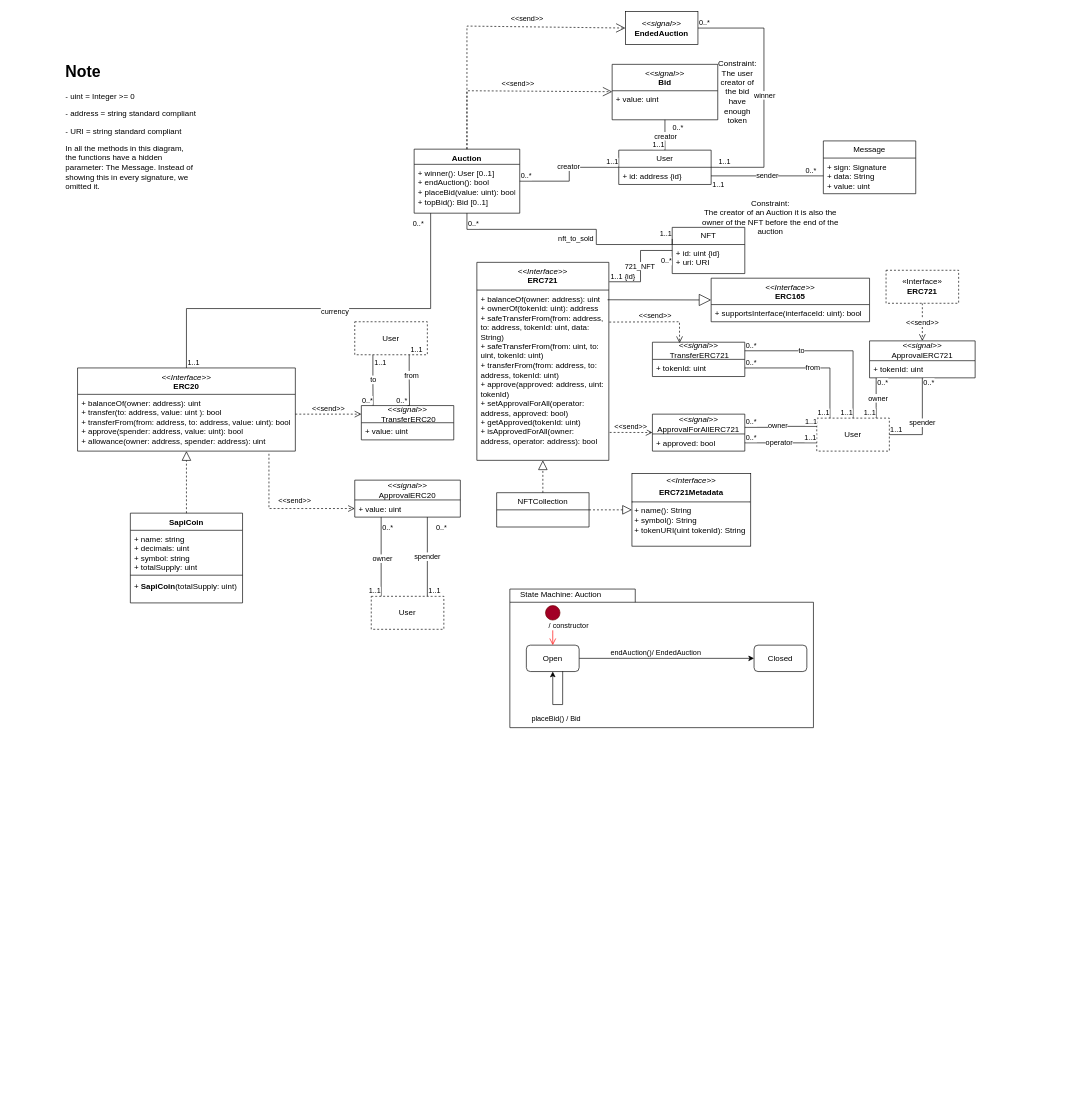
LucaSforza/token keeps this draw.io diagram as analisi/analisi.drawio. Above is the earlier version. Source tidied: cells renumbered, new cells numbered last; positions are measured from the earlier drawing's top-left corner, leaving out a move shared by most shapes. Both pictures are drawn from the tidied source at 66%, with x=0, y=0 at pixel (64, 11).
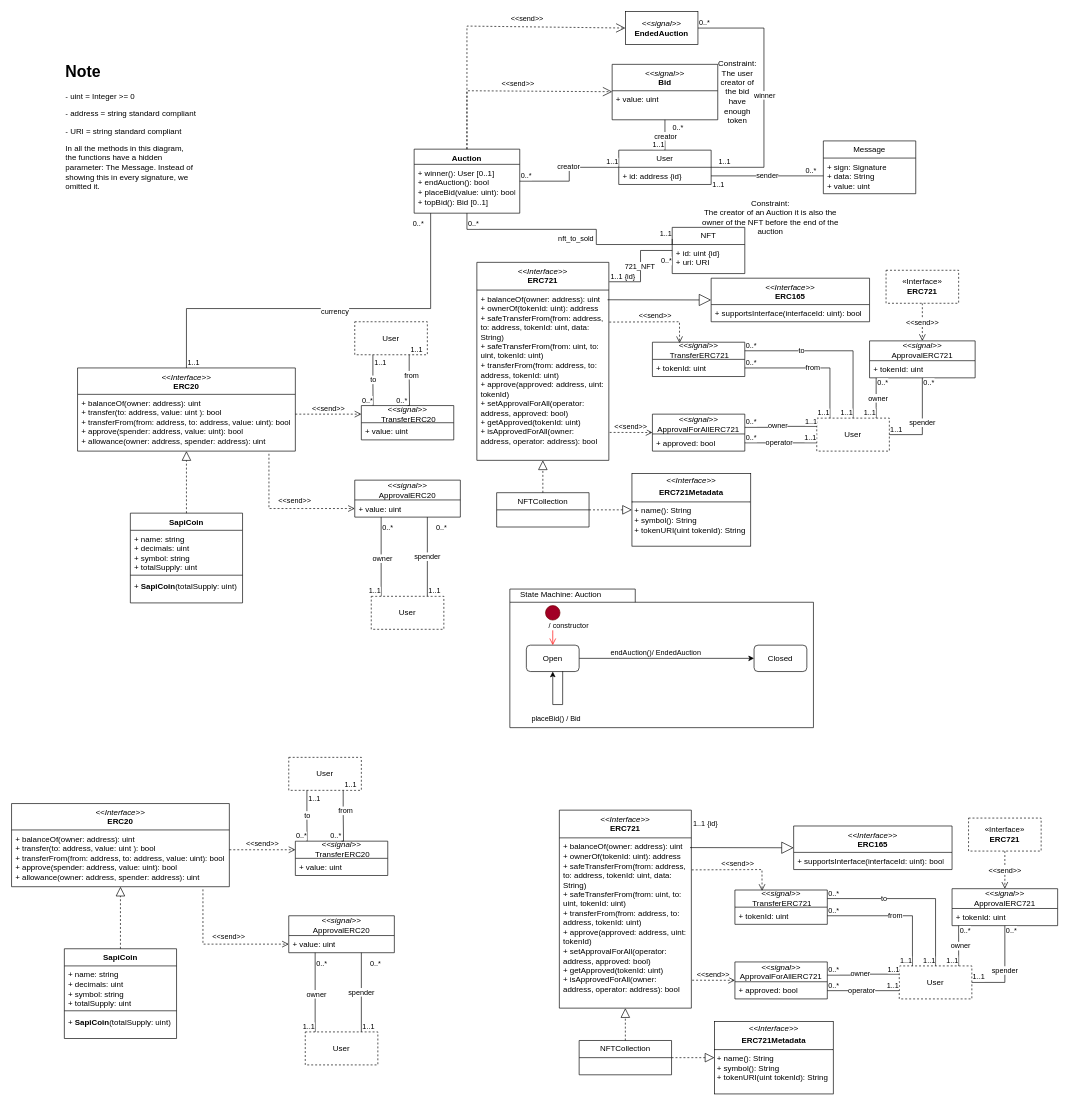
The same diagram, later.

Change to the diagram source:
```diff
@@
+    <mxCell id="127" value="&lt;div&gt;&lt;i style=&quot;font-weight: 400;&quot;&gt;&amp;lt;&amp;lt;Interface&amp;gt;&amp;gt;&lt;/i&gt;&lt;/div&gt;ERC20" style="swimlane;fontStyle=1;align=center;verticalAlign=top;horizontal=1;startSize=40;whiteSpace=wrap;html=1;" parent="1" vertex="1">
+      <mxGeometry x="-80" y="1200" width="330" height="126" as="geometry" />
+    </mxCell>
+    <mxCell id="128" value="+ balanceOf(owner: address): uint&lt;div&gt;+ transfer(to: address, value: uint ): bool&lt;/div&gt;&lt;div&gt;+ transferFrom(from: address, to: address, value: uint): bool&lt;/div&gt;&lt;div&gt;+ approve(spender: address, value: uint): bool&lt;/div&gt;&lt;div&gt;+ allowance(owner: address, spender: address): uint&lt;/div&gt;" style="text;strokeColor=none;fillColor=none;align=left;verticalAlign=top;spacingLeft=4;spacingRight=4;overflow=hidden;points=[[0,0.5],[1,0.5]];portConstraint=eastwest;whiteSpace=wrap;html=1;" parent="127" vertex="1">
+      <mxGeometry y="40" width="330" height="86" as="geometry" />
+    </mxCell>
+    <mxCell id="129" value="&lt;div&gt;&lt;i&gt;&amp;lt;&amp;lt;signal&amp;gt;&amp;gt;&lt;/i&gt;&lt;/div&gt;&amp;nbsp;TransferERC20" style="swimlane;fontStyle=0;horizontal=1;startSize=26;fillColor=none;whiteSpace=wrap;html=1;" parent="1" vertex="1">
+      <mxGeometry x="350" y="1257" width="140" height="52" as="geometry" />
+    </mxCell>
+    <mxCell id="130" value="+ value: uint" style="text;strokeColor=none;fillColor=none;align=left;verticalAlign=top;spacingLeft=4;spacingRight=4;overflow=hidden;whiteSpace=wrap;html=1;" parent="129" vertex="1">
+      <mxGeometry y="26" width="140" height="26" as="geometry" />
+    </mxCell>
+    <mxCell id="131" value="&lt;div&gt;&lt;div&gt;&lt;i&gt;&amp;lt;&amp;lt;signal&amp;gt;&amp;gt;&lt;/i&gt;&lt;/div&gt;&lt;/div&gt;ApprovalERC20" style="swimlane;fontStyle=0;horizontal=1;startSize=30;fillColor=none;whiteSpace=wrap;html=1;" parent="1" vertex="1">
+      <mxGeometry x="340" y="1370" width="160" height="56" as="geometry" />
+    </mxCell>
+    <mxCell id="132" value="+ value: uint" style="text;strokeColor=none;fillColor=none;align=left;verticalAlign=top;spacingLeft=4;spacingRight=4;overflow=hidden;points=[[0,0.5],[1,0.5]];portConstraint=eastwest;whiteSpace=wrap;html=1;" parent="131" vertex="1">
+      <mxGeometry y="30" width="160" height="26" as="geometry" />
+    </mxCell>
+    <mxCell id="133" value="&amp;lt;&amp;lt;send&amp;gt;&amp;gt;" style="html=1;verticalAlign=bottom;endArrow=open;dashed=1;endSize=8;curved=0;rounded=0;entryX=0;entryY=0.25;entryDx=0;entryDy=0;" parent="1" edge="1" target="129">
+      <mxGeometry relative="1" as="geometry">
+        <mxPoint x="250" y="1270" as="sourcePoint" />
+      </mxGeometry>
+    </mxCell>
+    <mxCell id="134" value="&amp;lt;&amp;lt;send&amp;gt;&amp;gt;" style="html=1;verticalAlign=bottom;endArrow=open;dashed=1;endSize=8;curved=0;rounded=0;entryX=0;entryY=0.5;entryDx=0;entryDy=0;" parent="1" edge="1" target="132">
+      <mxGeometry x="0.15" y="3" relative="1" as="geometry">
+        <mxPoint x="210" y="1330" as="sourcePoint" />
+        <Array as="points">
+          <mxPoint x="210" y="1413" />
+        </Array>
+      </mxGeometry>
+    </mxCell>
+    <mxCell id="135" value="SapiCoin" style="swimlane;fontStyle=1;align=center;verticalAlign=top;horizontal=1;startSize=26;whiteSpace=wrap;html=1;" parent="1" vertex="1">
+      <mxGeometry y="1420" width="170" height="136" as="geometry" />
+    </mxCell>
+    <mxCell id="136" value="+ name: string&lt;div&gt;+ decimals: uint&lt;/div&gt;&lt;div&gt;+ symbol: string&lt;/div&gt;&lt;div&gt;+ totalSupply: uint&lt;/div&gt;" style="text;strokeColor=none;fillColor=none;align=left;verticalAlign=top;spacingLeft=4;spacingRight=4;overflow=hidden;whiteSpace=wrap;html=1;" parent="135" vertex="1">
+      <mxGeometry y="26" width="170" height="64" as="geometry" />
+    </mxCell>
+    <mxCell id="137" style="line;strokeWidth=1;fillColor=none;align=left;verticalAlign=middle;spacingTop=-1;spacingLeft=3;spacingRight=3;labelPosition=right;strokeColor=inherit;" parent="135" vertex="1">
+      <mxGeometry y="90" width="170" height="8" as="geometry" />
+    </mxCell>
+    <mxCell id="138" value="+&amp;nbsp;&lt;span style=&quot;font-weight: 700; text-align: center;&quot;&gt;SapiCoin&lt;/span&gt;(totalSupply: uint)" style="text;strokeColor=none;fillColor=none;align=left;verticalAlign=top;spacingLeft=4;spacingRight=4;overflow=hidden;whiteSpace=wrap;html=1;" parent="135" vertex="1">
+      <mxGeometry y="98" width="170" height="38" as="geometry" />
+    </mxCell>
+    <mxCell id="139" style="endArrow=block;dashed=1;endFill=0;endSize=12;html=1;rounded=0;exitX=0.5;exitY=0;exitDx=0;exitDy=0;" parent="1" edge="1" source="135" target="128">
+      <mxGeometry relative="1" as="geometry" />
+    </mxCell>
+    <mxCell id="140" value="User" style="html=1;whiteSpace=wrap;gradientColor=none;perimeterSpacing=0;dashed=1;" parent="1" vertex="1">
+      <mxGeometry x="340" y="1130" width="110" height="50" as="geometry" />
+    </mxCell>
+    <mxCell id="141" style="endArrow=none;html=1;edgeStyle=orthogonalEdgeStyle;rounded=0;exitX=0.25;exitY=1;exitDx=0;exitDy=0;entryX=0.127;entryY=0;entryDx=0;entryDy=0;entryPerimeter=0;" parent="1" edge="1" source="140" target="129">
+      <mxGeometry relative="1" as="geometry" />
+    </mxCell>
+    <mxCell id="142" value="1..1" style="edgeLabel;html=1;align=left;verticalAlign=bottom;" parent="141" vertex="1">
+      <mxGeometry x="-1" relative="1" as="geometry">
+        <mxPoint y="20" as="offset" />
+      </mxGeometry>
+    </mxCell>
+    <mxCell id="143" value="0..*" style="edgeLabel;html=1;align=right;verticalAlign=bottom;" parent="141" vertex="1">
+      <mxGeometry x="1" relative="1" as="geometry" />
+    </mxCell>
+    <mxCell id="144" value="to" style="edgeLabel;html=1;align=center;verticalAlign=middle;" parent="141" vertex="1">
+      <mxGeometry x="-0.05" relative="1" as="geometry" />
+    </mxCell>
+    <mxCell id="145" style="endArrow=none;html=1;edgeStyle=orthogonalEdgeStyle;rounded=0;exitX=0.75;exitY=1;exitDx=0;exitDy=0;entryX=0.5;entryY=0;entryDx=0;entryDy=0;" parent="1" edge="1" source="140" target="129">
+      <mxGeometry relative="1" as="geometry">
+        <Array as="points">
+          <mxPoint x="423" y="1212" />
+          <mxPoint x="423" y="1245" />
+        </Array>
+      </mxGeometry>
+    </mxCell>
+    <mxCell id="146" value="1..1" style="edgeLabel;html=1;align=left;verticalAlign=bottom;" parent="145" vertex="1">
+      <mxGeometry x="-1" relative="1" as="geometry" />
+    </mxCell>
+    <mxCell id="147" value="0..*" style="edgeLabel;html=1;align=right;verticalAlign=bottom;" parent="145" vertex="1">
+      <mxGeometry x="1" relative="1" as="geometry" />
+    </mxCell>
+    <mxCell id="148" value="from" style="edgeLabel;html=1;align=center;verticalAlign=middle;" parent="145" vertex="1">
+      <mxGeometry x="-0.24" y="3" relative="1" as="geometry" />
+    </mxCell>
+    <mxCell id="149" value="User" style="html=1;whiteSpace=wrap;gradientColor=none;perimeterSpacing=0;dashed=1;" parent="1" vertex="1">
+      <mxGeometry x="365" y="1546" width="110" height="50" as="geometry" />
+    </mxCell>
+    <mxCell id="150" style="endArrow=none;html=1;edgeStyle=orthogonalEdgeStyle;rounded=0;" parent="1" edge="1" source="131" target="149">
+      <mxGeometry relative="1" as="geometry">
+        <Array as="points">
+          <mxPoint x="380" y="1490" />
+          <mxPoint x="380" y="1490" />
+        </Array>
+      </mxGeometry>
+    </mxCell>
+    <mxCell id="151" value="0..*" style="edgeLabel;html=1;align=left;verticalAlign=bottom;" parent="150" vertex="1">
+      <mxGeometry x="-1" relative="1" as="geometry">
+        <mxPoint y="24" as="offset" />
+      </mxGeometry>
+    </mxCell>
+    <mxCell id="152" value="1..1" style="edgeLabel;html=1;align=right;verticalAlign=bottom;" parent="150" vertex="1">
+      <mxGeometry x="1" relative="1" as="geometry" />
+    </mxCell>
+    <mxCell id="153" value="owner" style="edgeLabel;html=1;align=center;verticalAlign=middle;" parent="150" vertex="1">
+      <mxGeometry x="0.03" y="1" relative="1" as="geometry" />
+    </mxCell>
+    <mxCell id="154" value="spender" style="endArrow=none;html=1;edgeStyle=orthogonalEdgeStyle;rounded=0;" parent="1" edge="1" source="149" target="131">
+      <mxGeometry relative="1" as="geometry">
+        <Array as="points">
+          <mxPoint x="450" y="1490" />
+          <mxPoint x="450" y="1490" />
+        </Array>
+      </mxGeometry>
+    </mxCell>
+    <mxCell id="155" value="1..1" style="edgeLabel;html=1;align=left;verticalAlign=bottom;" parent="154" vertex="1">
+      <mxGeometry x="-1" relative="1" as="geometry" />
+    </mxCell>
+    <mxCell id="156" value="0..*" style="edgeLabel;html=1;align=right;verticalAlign=bottom;" parent="154" vertex="1">
+      <mxGeometry x="1" relative="1" as="geometry">
+        <mxPoint x="30" y="24" as="offset" />
+      </mxGeometry>
+    </mxCell>
+    <mxCell id="157" value="&lt;div&gt;&lt;div&gt;&lt;i style=&quot;font-weight: 400;&quot;&gt;&amp;lt;&amp;lt;Interface&amp;gt;&amp;gt;&lt;/i&gt;&lt;/div&gt;&lt;/div&gt;ERC721&lt;div&gt;&lt;br&gt;&lt;/div&gt;" style="swimlane;fontStyle=1;align=center;verticalAlign=top;horizontal=1;startSize=42;whiteSpace=wrap;html=1;" parent="1" vertex="1">
+      <mxGeometry x="750" y="1210" width="200" height="300" as="geometry" />
+    </mxCell>
+    <mxCell id="158" value="+ balanceOf(owner: address): uint&lt;div&gt;+ ownerOf(tokenId: uint): address&lt;/div&gt;&lt;div&gt;+ safeTransferFrom(from: address, to: address, tokenId: uint, data: String)&lt;/div&gt;&lt;div&gt;+ safeTransferFrom(from: uint, to: uint, tokenId: uint)&lt;/div&gt;&lt;div&gt;+ transferFrom(from: address, to: address, tokenId: uint)&lt;/div&gt;&lt;div&gt;+ approve(approved: address, uint: tokenId)&lt;/div&gt;&lt;div&gt;+ setApprovalForAll(operator: address, approved: bool)&lt;/div&gt;&lt;div&gt;+ getApproved(tokenId: uint)&lt;/div&gt;&lt;div&gt;+ isApprovedForAll(owner: address, operator: address): bool&lt;/div&gt;" style="text;strokeColor=none;fillColor=none;align=left;verticalAlign=top;spacingLeft=4;spacingRight=4;overflow=hidden;points=[[0,0.5],[1,0.5]];portConstraint=eastwest;whiteSpace=wrap;html=1;" parent="157" vertex="1">
+      <mxGeometry y="42" width="200" height="258" as="geometry" />
+    </mxCell>
+    <mxCell id="159" value="&lt;div&gt;&lt;i&gt;&amp;lt;&amp;lt;signal&amp;gt;&amp;gt;&lt;/i&gt;&lt;/div&gt;ApprovalForAllERC721" style="swimlane;fontStyle=0;horizontal=1;startSize=30;fillColor=none;whiteSpace=wrap;html=1;" parent="1" vertex="1">
+      <mxGeometry x="1016" y="1440" width="140" height="56" as="geometry" />
+    </mxCell>
+    <mxCell id="160" value="+ approved: bool" style="text;strokeColor=none;fillColor=none;align=left;verticalAlign=top;spacingLeft=4;spacingRight=4;overflow=hidden;whiteSpace=wrap;html=1;" parent="159" vertex="1">
+      <mxGeometry y="30" width="140" height="26" as="geometry" />
+    </mxCell>
+    <mxCell id="161" value="&lt;div&gt;&lt;i style=&quot;font-weight: 400;&quot;&gt;&amp;lt;&amp;lt;Interface&amp;gt;&amp;gt;&lt;/i&gt;&lt;/div&gt;ERC165" style="swimlane;fontStyle=1;align=center;verticalAlign=top;horizontal=1;startSize=40;whiteSpace=wrap;html=1;" parent="1" vertex="1">
+      <mxGeometry x="1105" y="1234" width="240" height="66" as="geometry" />
+    </mxCell>
+    <mxCell id="162" value="+ supportsInterface(interfaceId: uint): bool" style="text;strokeColor=none;fillColor=none;align=left;verticalAlign=top;spacingLeft=4;spacingRight=4;overflow=hidden;whiteSpace=wrap;html=1;" parent="161" vertex="1">
+      <mxGeometry y="40" width="240" height="26" as="geometry" />
+    </mxCell>
+    <mxCell id="163" style="endArrow=block;endSize=16;endFill=0;html=1;rounded=0;exitX=0.99;exitY=0.057;exitDx=0;exitDy=0;exitPerimeter=0;entryX=0;entryY=0.5;entryDx=0;entryDy=0;" parent="1" edge="1" source="158" target="161">
+      <mxGeometry relative="1" as="geometry" />
+    </mxCell>
+    <mxCell id="164" value="&lt;p style=&quot;margin:0px;margin-top:4px;text-align:center;&quot;&gt;&lt;i&gt;&amp;lt;&amp;lt;Interface&amp;gt;&amp;gt;&lt;/i&gt;&lt;b&gt;&lt;/b&gt;&lt;/p&gt;&lt;p style=&quot;margin:0px;margin-top:4px;text-align:center;&quot;&gt;&lt;b&gt;ERC721Metadata&lt;/b&gt;&lt;/p&gt;&lt;hr size=&quot;1&quot; style=&quot;border-style:solid;&quot;&gt;&lt;p style=&quot;margin:0px;margin-left:4px;&quot;&gt;+ name(): String&lt;/p&gt;&lt;p style=&quot;margin:0px;margin-left:4px;&quot;&gt;+ symbol(): String&lt;/p&gt;&lt;p style=&quot;margin:0px;margin-left:4px;&quot;&gt;+ tokenURI(uint tokenId): String&lt;/p&gt;" style="verticalAlign=top;align=left;overflow=fill;html=1;whiteSpace=wrap;" parent="1" vertex="1">
+      <mxGeometry x="985" y="1530" width="180" height="110" as="geometry" />
+    </mxCell>
+    <mxCell id="165" value="NFTCollection" style="swimlane;fontStyle=0;horizontal=1;startSize=26;fillColor=none;whiteSpace=wrap;html=1;" parent="1" vertex="1">
+      <mxGeometry x="780" y="1559" width="140" height="52" as="geometry" />
+    </mxCell>
+    <mxCell id="166" style="endArrow=block;dashed=1;endFill=0;endSize=12;html=1;rounded=0;" parent="1" edge="1" source="165" target="157">
+      <mxGeometry relative="1" as="geometry" />
+    </mxCell>
+    <mxCell id="167" style="endArrow=block;dashed=1;endFill=0;endSize=12;html=1;rounded=0;" parent="1" edge="1" source="165" target="164">
+      <mxGeometry relative="1" as="geometry" />
+    </mxCell>
+    <mxCell id="168" value="&amp;lt;&amp;lt;send&amp;gt;&amp;gt;" style="html=1;verticalAlign=bottom;endArrow=open;dashed=1;endSize=8;curved=0;rounded=0;exitX=1.006;exitY=0.836;exitDx=0;exitDy=0;exitPerimeter=0;" parent="1" edge="1" source="158" target="159">
+      <mxGeometry relative="1" as="geometry" />
+    </mxCell>
+    <mxCell id="169" value="1..1 {id}" style="edgeLabel;html=1;align=left;verticalAlign=bottom;" parent="1" vertex="1">
+      <mxGeometry x="950.6" y="1239.4" as="geometry" />
+    </mxCell>
+    <mxCell id="170" value="User" style="html=1;whiteSpace=wrap;gradientColor=none;perimeterSpacing=0;dashed=1;" parent="1" vertex="1">
+      <mxGeometry x="1265" y="1446" width="110" height="50" as="geometry" />
+    </mxCell>
+    <mxCell id="171" style="endArrow=none;html=1;edgeStyle=orthogonalEdgeStyle;rounded=0;entryX=0;entryY=0.25;entryDx=0;entryDy=0;" parent="1" edge="1" source="159" target="170">
+      <mxGeometry relative="1" as="geometry">
+        <Array as="points">
+          <mxPoint x="1195" y="1460" />
+          <mxPoint x="1195" y="1458" />
+        </Array>
+      </mxGeometry>
+    </mxCell>
+    <mxCell id="172" value="0..*" style="edgeLabel;html=1;align=left;verticalAlign=bottom;" parent="171" vertex="1">
+      <mxGeometry x="-1" relative="1" as="geometry" />
+    </mxCell>
+    <mxCell id="173" value="1..1" style="edgeLabel;html=1;align=right;verticalAlign=bottom;" parent="171" vertex="1">
+      <mxGeometry x="1" relative="1" as="geometry" />
+    </mxCell>
+    <mxCell id="174" value="owner" style="edgeLabel;html=1;align=center;verticalAlign=middle;" parent="171" vertex="1">
+      <mxGeometry x="-0.07" y="1" relative="1" as="geometry" />
+    </mxCell>
+    <mxCell id="175" style="endArrow=none;html=1;edgeStyle=orthogonalEdgeStyle;rounded=0;entryX=0;entryY=0.75;entryDx=0;entryDy=0;" parent="1" edge="1" source="159" target="170">
+      <mxGeometry relative="1" as="geometry">
+        <Array as="points">
+          <mxPoint x="1200" y="1484" />
+        </Array>
+      </mxGeometry>
+    </mxCell>
+    <mxCell id="176" value="0..*" style="edgeLabel;html=1;align=left;verticalAlign=bottom;" parent="175" vertex="1">
+      <mxGeometry x="-1" relative="1" as="geometry" />
+    </mxCell>
+    <mxCell id="177" value="1..1" style="edgeLabel;html=1;align=right;verticalAlign=bottom;" parent="175" vertex="1">
+      <mxGeometry x="1" relative="1" as="geometry" />
+    </mxCell>
+    <mxCell id="178" value="operator" style="edgeLabel;html=1;align=center;verticalAlign=middle;" parent="175" vertex="1">
+      <mxGeometry x="-0.07" y="1" relative="1" as="geometry" />
+    </mxCell>
+    <mxCell id="179" value="&lt;div&gt;&lt;i&gt;&amp;lt;&amp;lt;signal&amp;gt;&amp;gt;&lt;/i&gt;&lt;/div&gt;&amp;nbsp;TransferERC721" style="swimlane;fontStyle=0;horizontal=1;startSize=26;fillColor=none;whiteSpace=wrap;html=1;" parent="1" vertex="1">
+      <mxGeometry x="1016" y="1331" width="140" height="52" as="geometry" />
+    </mxCell>
+    <mxCell id="180" value="+ tokenId: uint" style="text;strokeColor=none;fillColor=none;align=left;verticalAlign=top;spacingLeft=4;spacingRight=4;overflow=hidden;points=[[0,0.5],[1,0.5]];portConstraint=eastwest;whiteSpace=wrap;html=1;" parent="179" vertex="1">
+      <mxGeometry y="26" width="140" height="26" as="geometry" />
+    </mxCell>
+    <mxCell id="181" value="&lt;div&gt;&lt;div&gt;&lt;i&gt;&amp;lt;&amp;lt;signal&amp;gt;&amp;gt;&lt;/i&gt;&lt;/div&gt;&lt;/div&gt;ApprovalERC721" style="swimlane;fontStyle=0;horizontal=1;startSize=30;fillColor=none;whiteSpace=wrap;html=1;" parent="1" vertex="1">
+      <mxGeometry x="1345" y="1329" width="160" height="56" as="geometry" />
+    </mxCell>
+    <mxCell id="182" value="+ tokenId: uint" style="text;strokeColor=none;fillColor=none;align=left;verticalAlign=top;spacingLeft=4;spacingRight=4;overflow=hidden;whiteSpace=wrap;html=1;" parent="181" vertex="1">
+      <mxGeometry y="30" width="160" height="26" as="geometry" />
+    </mxCell>
+    <mxCell id="183" style="endArrow=none;html=1;edgeStyle=orthogonalEdgeStyle;rounded=0;exitX=1;exitY=0.25;exitDx=0;exitDy=0;entryX=0.5;entryY=0;entryDx=0;entryDy=0;" parent="1" edge="1" source="179" target="170">
+      <mxGeometry relative="1" as="geometry" />
+    </mxCell>
+    <mxCell id="184" value="0..*" style="edgeLabel;html=1;align=left;verticalAlign=bottom;" parent="183" vertex="1">
+      <mxGeometry x="-1" relative="1" as="geometry" />
+    </mxCell>
+    <mxCell id="185" value="1..1" style="edgeLabel;html=1;align=right;verticalAlign=bottom;" parent="183" vertex="1">
+      <mxGeometry x="1" relative="1" as="geometry" />
+    </mxCell>
+    <mxCell id="186" value="to" style="edgeLabel;html=1;align=center;verticalAlign=middle;" parent="183" vertex="1">
+      <mxGeometry x="-0.36" y="1" relative="1" as="geometry" />
+    </mxCell>
+    <mxCell id="187" value="from" style="endArrow=none;html=1;edgeStyle=orthogonalEdgeStyle;rounded=0;exitX=1;exitY=0.5;exitDx=0;exitDy=0;" parent="1" edge="1" source="180" target="170">
+      <mxGeometry relative="1" as="geometry">
+        <Array as="points">
+          <mxPoint x="1285" y="1370" />
+        </Array>
+      </mxGeometry>
+    </mxCell>
+    <mxCell id="188" value="0..*" style="edgeLabel;html=1;align=left;verticalAlign=bottom;" parent="187" vertex="1">
+      <mxGeometry x="-1" relative="1" as="geometry" />
+    </mxCell>
+    <mxCell id="189" value="1..1" style="edgeLabel;html=1;align=right;verticalAlign=bottom;" parent="187" vertex="1">
+      <mxGeometry x="1" relative="1" as="geometry" />
+    </mxCell>
+    <mxCell id="190" style="endArrow=none;html=1;edgeStyle=orthogonalEdgeStyle;rounded=0;" parent="1" edge="1" source="181" target="170">
+      <mxGeometry relative="1" as="geometry">
+        <Array as="points">
+          <mxPoint x="1355" y="1430" />
+          <mxPoint x="1355" y="1430" />
+        </Array>
+      </mxGeometry>
+    </mxCell>
+    <mxCell id="191" value="0..*" style="edgeLabel;html=1;align=left;verticalAlign=bottom;" parent="190" vertex="1">
+      <mxGeometry x="-1" relative="1" as="geometry">
+        <mxPoint y="15" as="offset" />
+      </mxGeometry>
+    </mxCell>
+    <mxCell id="192" value="1..1" style="edgeLabel;html=1;align=right;verticalAlign=bottom;" parent="190" vertex="1">
+      <mxGeometry x="1" relative="1" as="geometry" />
+    </mxCell>
+    <mxCell id="193" value="owner" style="edgeLabel;html=1;align=center;verticalAlign=middle;" parent="190" vertex="1">
+      <mxGeometry x="-0.01" y="2" relative="1" as="geometry" />
+    </mxCell>
+    <mxCell id="194" value="spender" style="endArrow=none;html=1;edgeStyle=orthogonalEdgeStyle;rounded=0;" parent="1" edge="1" source="181" target="170">
+      <mxGeometry relative="1" as="geometry">
+        <Array as="points">
+          <mxPoint x="1425" y="1471" />
+        </Array>
+      </mxGeometry>
+    </mxCell>
+    <mxCell id="195" value="0..*" style="edgeLabel;html=1;align=left;verticalAlign=bottom;" parent="194" vertex="1">
+      <mxGeometry x="-1" relative="1" as="geometry">
+        <mxPoint y="15" as="offset" />
+      </mxGeometry>
+    </mxCell>
+    <mxCell id="196" value="1..1" style="edgeLabel;html=1;align=right;verticalAlign=bottom;" parent="194" vertex="1">
+      <mxGeometry x="1" relative="1" as="geometry">
+        <mxPoint x="20" as="offset" />
+      </mxGeometry>
+    </mxCell>
+    <mxCell id="197" value="&amp;lt;&amp;lt;send&amp;gt;&amp;gt;" style="html=1;verticalAlign=bottom;endArrow=open;dashed=1;endSize=8;curved=0;rounded=0;exitX=1.003;exitY=0.188;exitDx=0;exitDy=0;exitPerimeter=0;entryX=0.294;entryY=0.024;entryDx=0;entryDy=0;entryPerimeter=0;" parent="1" edge="1" source="158" target="179">
+      <mxGeometry relative="1" as="geometry">
+        <Array as="points">
+          <mxPoint x="1057" y="1300" />
+        </Array>
+      </mxGeometry>
+    </mxCell>
+    <mxCell id="198" value="&amp;lt;&amp;lt;send&amp;gt;&amp;gt;" style="html=1;verticalAlign=bottom;endArrow=open;dashed=1;endSize=8;curved=0;rounded=0;" parent="1" edge="1" source="199" target="181">
+      <mxGeometry x="0.33" relative="1" as="geometry" />
+    </mxCell>
+    <mxCell id="199" value="«Interface»&lt;br&gt;&lt;b&gt;ERC721&lt;/b&gt;" style="html=1;whiteSpace=wrap;dashed=1;" parent="1" vertex="1">
+      <mxGeometry x="1370" y="1222" width="110" height="50" as="geometry" />
+    </mxCell>
```
